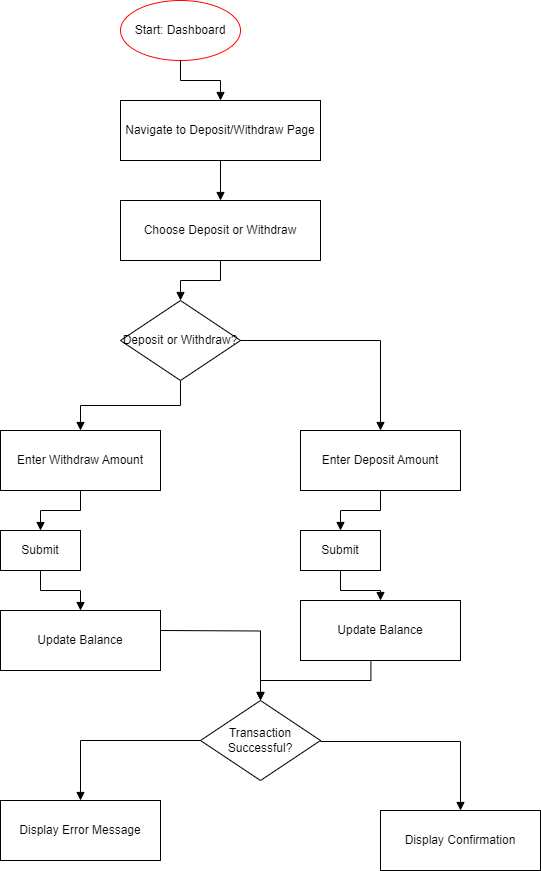
Above: Images/deposit-withdraw-userflow.drawio.png in trading-app-ca/part-a-docs (draw.io), before the change. Source tidied: cells renumbered, new cells last; positions are measured from the earlier drawing's top-left corner, leaving out a move shared by most shapes. The source it was exported from:
```xml
<mxGraphModel>
  <root>
    <mxCell id="0" />
    <mxCell id="1" parent="0" />
    <mxCell id="2" value="Start: Dashboard" style="ellipse;whiteSpace=wrap;html=1;strokeColor=#FF0000;fillColor=none;" parent="1" vertex="1">
      <mxGeometry x="120" width="120" height="60" as="geometry" />
    </mxCell>
    <mxCell id="3" value="Navigate to Deposit/Withdraw Page" style="rounded=0;whiteSpace=wrap;html=1;" parent="1" vertex="1">
      <mxGeometry x="120" y="100" width="200" height="60" as="geometry" />
    </mxCell>
    <mxCell id="4" style="edgeStyle=orthogonalEdgeStyle;rounded=0;jettySize=auto;html=1;endArrow=block;endFill=1;" parent="1" edge="1" source="2" target="3">
      <mxGeometry relative="1" as="geometry" />
    </mxCell>
    <mxCell id="5" value="Choose Deposit or Withdraw" style="rounded=0;whiteSpace=wrap;html=1;" parent="1" vertex="1">
      <mxGeometry x="120" y="200" width="200" height="60" as="geometry" />
    </mxCell>
    <mxCell id="6" style="edgeStyle=orthogonalEdgeStyle;rounded=0;jettySize=auto;html=1;endArrow=block;endFill=1;" parent="1" edge="1" source="3" target="5">
      <mxGeometry relative="1" as="geometry" />
    </mxCell>
    <mxCell id="7" value="Deposit or Withdraw?" style="rhombus;whiteSpace=wrap;html=1;" parent="1" vertex="1">
      <mxGeometry x="120" y="300" width="120" height="80" as="geometry" />
    </mxCell>
    <mxCell id="8" style="edgeStyle=orthogonalEdgeStyle;rounded=0;jettySize=auto;html=1;endArrow=block;endFill=1;" parent="1" edge="1" source="5" target="7">
      <mxGeometry relative="1" as="geometry" />
    </mxCell>
    <mxCell id="9" value="Enter Deposit Amount" style="rounded=0;whiteSpace=wrap;html=1;" parent="1" vertex="1">
      <mxGeometry x="300" y="430" width="160" height="60" as="geometry" />
    </mxCell>
    <mxCell id="10" style="edgeStyle=orthogonalEdgeStyle;rounded=0;jettySize=auto;html=1;endArrow=block;endFill=1;" parent="1" edge="1" source="7" target="9">
      <mxGeometry relative="1" as="geometry" />
    </mxCell>
    <mxCell id="11" value="Submit" style="rounded=0;whiteSpace=wrap;html=1;" parent="1" vertex="1">
      <mxGeometry x="300" y="530" width="80" height="40" as="geometry" />
    </mxCell>
    <mxCell id="12" style="edgeStyle=orthogonalEdgeStyle;rounded=0;jettySize=auto;html=1;endArrow=block;endFill=1;" parent="1" edge="1" source="9" target="11">
      <mxGeometry relative="1" as="geometry" />
    </mxCell>
    <mxCell id="13" value="Update Balance" style="rounded=0;whiteSpace=wrap;html=1;" parent="1" vertex="1">
      <mxGeometry x="300" y="600" width="160" height="60" as="geometry" />
    </mxCell>
    <mxCell id="14" style="edgeStyle=orthogonalEdgeStyle;rounded=0;jettySize=auto;html=1;endArrow=block;endFill=1;" parent="1" edge="1" source="11" target="13">
      <mxGeometry relative="1" as="geometry" />
    </mxCell>
    <mxCell id="15" value="Enter Withdraw Amount" style="rounded=0;whiteSpace=wrap;html=1;" parent="1" vertex="1">
      <mxGeometry y="430" width="160" height="60" as="geometry" />
    </mxCell>
    <mxCell id="16" style="edgeStyle=orthogonalEdgeStyle;rounded=0;jettySize=auto;html=1;endArrow=block;endFill=1;" parent="1" edge="1" source="7" target="15">
      <mxGeometry relative="1" as="geometry" />
    </mxCell>
    <mxCell id="17" value="Submit" style="rounded=0;whiteSpace=wrap;html=1;" parent="1" vertex="1">
      <mxGeometry y="530" width="80" height="40" as="geometry" />
    </mxCell>
    <mxCell id="18" style="edgeStyle=orthogonalEdgeStyle;rounded=0;jettySize=auto;html=1;endArrow=block;endFill=1;" parent="1" edge="1" source="15" target="17">
      <mxGeometry relative="1" as="geometry" />
    </mxCell>
    <mxCell id="19" value="Update Balance" style="rounded=0;whiteSpace=wrap;html=1;" parent="1" vertex="1">
      <mxGeometry y="610" width="160" height="60" as="geometry" />
    </mxCell>
    <mxCell id="20" style="edgeStyle=orthogonalEdgeStyle;rounded=0;jettySize=auto;html=1;endArrow=block;endFill=1;" parent="1" edge="1" source="17" target="19">
      <mxGeometry relative="1" as="geometry" />
    </mxCell>
    <mxCell id="21" value="Transaction Successful?" style="rhombus;whiteSpace=wrap;html=1;" parent="1" vertex="1">
      <mxGeometry x="200" y="700" width="120" height="80" as="geometry" />
    </mxCell>
    <mxCell id="22" style="edgeStyle=orthogonalEdgeStyle;rounded=0;jettySize=auto;html=1;endArrow=block;endFill=1;exitX=0.44;exitY=1.017;exitDx=0;exitDy=0;exitPerimeter=0;" parent="1" edge="1" source="13" target="21">
      <mxGeometry relative="1" as="geometry" />
    </mxCell>
    <mxCell id="23" style="edgeStyle=orthogonalEdgeStyle;rounded=0;jettySize=auto;html=1;endArrow=block;endFill=1;" parent="1" edge="1" target="21">
      <mxGeometry relative="1" as="geometry">
        <mxPoint x="160" y="630" as="sourcePoint" />
      </mxGeometry>
    </mxCell>
    <mxCell id="24" value="Display Confirmation" style="rounded=0;whiteSpace=wrap;html=1;" parent="1" vertex="1">
      <mxGeometry x="380" y="810" width="160" height="60" as="geometry" />
    </mxCell>
    <mxCell id="25" style="edgeStyle=orthogonalEdgeStyle;rounded=0;jettySize=auto;html=1;endArrow=block;endFill=1;entryX=0.5;entryY=0;entryDx=0;entryDy=0;" parent="1" edge="1" target="24">
      <mxGeometry relative="1" as="geometry">
        <mxPoint x="320" y="740" as="sourcePoint" />
        <Array as="points">
          <mxPoint x="320" y="741" />
          <mxPoint x="460" y="741" />
        </Array>
      </mxGeometry>
    </mxCell>
    <mxCell id="26" value="Display Error Message" style="rounded=0;whiteSpace=wrap;html=1;" parent="1" vertex="1">
      <mxGeometry y="800" width="160" height="60" as="geometry" />
    </mxCell>
    <mxCell id="27" style="edgeStyle=orthogonalEdgeStyle;rounded=0;jettySize=auto;html=1;endArrow=block;endFill=1;" parent="1" edge="1" source="21" target="26">
      <mxGeometry relative="1" as="geometry" />
    </mxCell>
  </root>
</mxGraphModel>
```
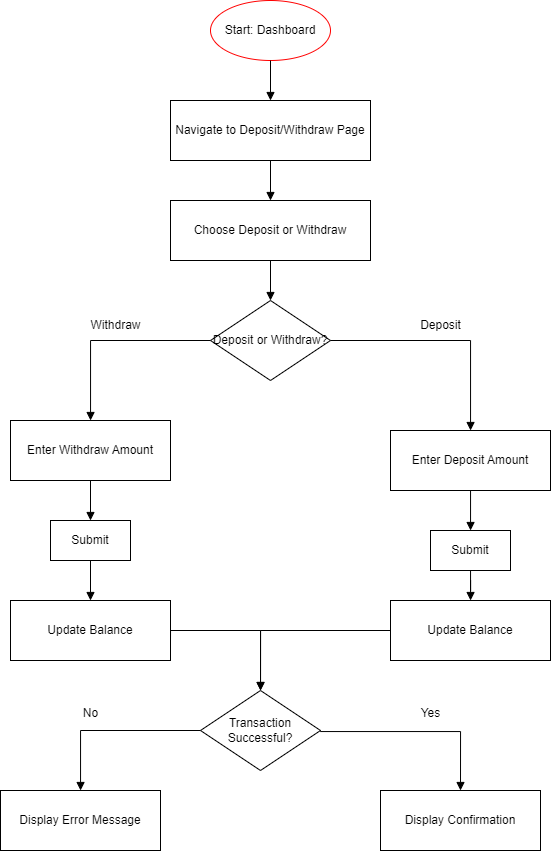
After the change.

Change to the diagram source:
```diff
@@ -3,90 +3,119 @@
     <mxCell id="0" />
     <mxCell id="1" parent="0" />
     <mxCell id="2" value="Start: Dashboard" style="ellipse;whiteSpace=wrap;html=1;strokeColor=#FF0000;fillColor=none;" parent="1" vertex="1">
-      <mxGeometry x="120" width="120" height="60" as="geometry" />
+      <mxGeometry x="260" y="10" width="120" height="60" as="geometry" />
     </mxCell>
     <mxCell id="3" value="Navigate to Deposit/Withdraw Page" style="rounded=0;whiteSpace=wrap;html=1;" parent="1" vertex="1">
-      <mxGeometry x="120" y="100" width="200" height="60" as="geometry" />
+      <mxGeometry x="220" y="110" width="200" height="60" as="geometry" />
     </mxCell>
     <mxCell id="4" style="edgeStyle=orthogonalEdgeStyle;rounded=0;jettySize=auto;html=1;endArrow=block;endFill=1;" parent="1" edge="1" source="2" target="3">
       <mxGeometry relative="1" as="geometry" />
     </mxCell>
     <mxCell id="5" value="Choose Deposit or Withdraw" style="rounded=0;whiteSpace=wrap;html=1;" parent="1" vertex="1">
-      <mxGeometry x="120" y="200" width="200" height="60" as="geometry" />
+      <mxGeometry x="220" y="210" width="200" height="60" as="geometry" />
     </mxCell>
     <mxCell id="6" style="edgeStyle=orthogonalEdgeStyle;rounded=0;jettySize=auto;html=1;endArrow=block;endFill=1;" parent="1" edge="1" source="3" target="5">
       <mxGeometry relative="1" as="geometry" />
     </mxCell>
     <mxCell id="7" value="Deposit or Withdraw?" style="rhombus;whiteSpace=wrap;html=1;" parent="1" vertex="1">
-      <mxGeometry x="120" y="300" width="120" height="80" as="geometry" />
+      <mxGeometry x="260" y="310" width="120" height="80" as="geometry" />
     </mxCell>
     <mxCell id="8" style="edgeStyle=orthogonalEdgeStyle;rounded=0;jettySize=auto;html=1;endArrow=block;endFill=1;" parent="1" edge="1" source="5" target="7">
       <mxGeometry relative="1" as="geometry" />
     </mxCell>
     <mxCell id="9" value="Enter Deposit Amount" style="rounded=0;whiteSpace=wrap;html=1;" parent="1" vertex="1">
-      <mxGeometry x="300" y="430" width="160" height="60" as="geometry" />
+      <mxGeometry x="440" y="440" width="160" height="60" as="geometry" />
     </mxCell>
     <mxCell id="10" style="edgeStyle=orthogonalEdgeStyle;rounded=0;jettySize=auto;html=1;endArrow=block;endFill=1;" parent="1" edge="1" source="7" target="9">
       <mxGeometry relative="1" as="geometry" />
     </mxCell>
     <mxCell id="11" value="Submit" style="rounded=0;whiteSpace=wrap;html=1;" parent="1" vertex="1">
-      <mxGeometry x="300" y="530" width="80" height="40" as="geometry" />
+      <mxGeometry x="480" y="540" width="80" height="40" as="geometry" />
     </mxCell>
-    <mxCell id="12" style="edgeStyle=orthogonalEdgeStyle;rounded=0;jettySize=auto;html=1;endArrow=block;endFill=1;" parent="1" edge="1" source="9" target="11">
-      <mxGeometry relative="1" as="geometry" />
+    <mxCell id="12" style="edgeStyle=orthogonalEdgeStyle;rounded=0;jettySize=auto;html=1;endArrow=block;endFill=1;exitX=0.75;exitY=1;exitDx=0;exitDy=0;" parent="1" edge="1" source="9" target="11">
+      <mxGeometry relative="1" as="geometry">
+        <Array as="points">
+          <mxPoint x="520" y="500" />
+        </Array>
+      </mxGeometry>
     </mxCell>
     <mxCell id="13" value="Update Balance" style="rounded=0;whiteSpace=wrap;html=1;" parent="1" vertex="1">
-      <mxGeometry x="300" y="600" width="160" height="60" as="geometry" />
+      <mxGeometry x="440" y="610" width="160" height="60" as="geometry" />
     </mxCell>
     <mxCell id="14" style="edgeStyle=orthogonalEdgeStyle;rounded=0;jettySize=auto;html=1;endArrow=block;endFill=1;" parent="1" edge="1" source="11" target="13">
       <mxGeometry relative="1" as="geometry" />
     </mxCell>
     <mxCell id="15" value="Enter Withdraw Amount" style="rounded=0;whiteSpace=wrap;html=1;" parent="1" vertex="1">
-      <mxGeometry y="430" width="160" height="60" as="geometry" />
+      <mxGeometry x="60" y="430" width="160" height="60" as="geometry" />
     </mxCell>
-    <mxCell id="16" style="edgeStyle=orthogonalEdgeStyle;rounded=0;jettySize=auto;html=1;endArrow=block;endFill=1;" parent="1" edge="1" source="7" target="15">
-      <mxGeometry relative="1" as="geometry" />
+    <mxCell id="16" style="edgeStyle=orthogonalEdgeStyle;rounded=0;jettySize=auto;html=1;endArrow=block;endFill=1;exitX=0;exitY=0.5;exitDx=0;exitDy=0;" parent="1" edge="1" source="7" target="15">
+      <mxGeometry relative="1" as="geometry">
+        <Array as="points">
+          <mxPoint x="140" y="350" />
+        </Array>
+      </mxGeometry>
     </mxCell>
     <mxCell id="17" value="Submit" style="rounded=0;whiteSpace=wrap;html=1;" parent="1" vertex="1">
-      <mxGeometry y="530" width="80" height="40" as="geometry" />
+      <mxGeometry x="100" y="530" width="80" height="40" as="geometry" />
     </mxCell>
     <mxCell id="18" style="edgeStyle=orthogonalEdgeStyle;rounded=0;jettySize=auto;html=1;endArrow=block;endFill=1;" parent="1" edge="1" source="15" target="17">
       <mxGeometry relative="1" as="geometry" />
     </mxCell>
     <mxCell id="19" value="Update Balance" style="rounded=0;whiteSpace=wrap;html=1;" parent="1" vertex="1">
-      <mxGeometry y="610" width="160" height="60" as="geometry" />
+      <mxGeometry x="60" y="610" width="160" height="60" as="geometry" />
     </mxCell>
     <mxCell id="20" style="edgeStyle=orthogonalEdgeStyle;rounded=0;jettySize=auto;html=1;endArrow=block;endFill=1;" parent="1" edge="1" source="17" target="19">
       <mxGeometry relative="1" as="geometry" />
     </mxCell>
     <mxCell id="21" value="Transaction Successful?" style="rhombus;whiteSpace=wrap;html=1;" parent="1" vertex="1">
-      <mxGeometry x="200" y="700" width="120" height="80" as="geometry" />
+      <mxGeometry x="250" y="700" width="120" height="80" as="geometry" />
     </mxCell>
-    <mxCell id="22" style="edgeStyle=orthogonalEdgeStyle;rounded=0;jettySize=auto;html=1;endArrow=block;endFill=1;exitX=0.44;exitY=1.017;exitDx=0;exitDy=0;exitPerimeter=0;" parent="1" edge="1" source="13" target="21">
-      <mxGeometry relative="1" as="geometry" />
+    <mxCell id="22" style="edgeStyle=orthogonalEdgeStyle;rounded=0;jettySize=auto;html=1;endArrow=block;endFill=1;exitX=0;exitY=0.5;exitDx=0;exitDy=0;" parent="1" edge="1" source="13" target="21">
+      <mxGeometry relative="1" as="geometry">
+        <Array as="points">
+          <mxPoint x="310" y="640" />
+        </Array>
+      </mxGeometry>
     </mxCell>
-    <mxCell id="23" style="edgeStyle=orthogonalEdgeStyle;rounded=0;jettySize=auto;html=1;endArrow=block;endFill=1;" parent="1" edge="1" target="21">
+    <mxCell id="23" style="edgeStyle=orthogonalEdgeStyle;rounded=0;orthogonalLoop=1;jettySize=auto;html=1;endArrow=block;endFill=1;exitX=1;exitY=0.5;exitDx=0;exitDy=0;" parent="1" edge="1">
       <mxGeometry relative="1" as="geometry">
-        <mxPoint x="160" y="630" as="sourcePoint" />
+        <mxPoint x="220" y="650" as="sourcePoint" />
+        <mxPoint x="310" y="700" as="targetPoint" />
+        <Array as="points">
+          <mxPoint x="220" y="640" />
+          <mxPoint x="310" y="640" />
+        </Array>
       </mxGeometry>
     </mxCell>
     <mxCell id="24" value="Display Confirmation" style="rounded=0;whiteSpace=wrap;html=1;" parent="1" vertex="1">
-      <mxGeometry x="380" y="810" width="160" height="60" as="geometry" />
+      <mxGeometry x="430" y="800" width="160" height="60" as="geometry" />
     </mxCell>
-    <mxCell id="25" style="edgeStyle=orthogonalEdgeStyle;rounded=0;jettySize=auto;html=1;endArrow=block;endFill=1;entryX=0.5;entryY=0;entryDx=0;entryDy=0;" parent="1" edge="1" target="24">
+    <mxCell id="25" style="edgeStyle=orthogonalEdgeStyle;rounded=0;orthogonalLoop=1;jettySize=auto;html=1;endArrow=block;endFill=1;" parent="1" edge="1">
       <mxGeometry relative="1" as="geometry">
-        <mxPoint x="320" y="740" as="sourcePoint" />
+        <mxPoint x="370" y="740" as="sourcePoint" />
+        <mxPoint x="510" y="800" as="targetPoint" />
         <Array as="points">
-          <mxPoint x="320" y="741" />
-          <mxPoint x="460" y="741" />
+          <mxPoint x="510" y="741" />
         </Array>
       </mxGeometry>
     </mxCell>
     <mxCell id="26" value="Display Error Message" style="rounded=0;whiteSpace=wrap;html=1;" parent="1" vertex="1">
-      <mxGeometry y="800" width="160" height="60" as="geometry" />
+      <mxGeometry x="50" y="800" width="160" height="60" as="geometry" />
     </mxCell>
     <mxCell id="27" style="edgeStyle=orthogonalEdgeStyle;rounded=0;jettySize=auto;html=1;endArrow=block;endFill=1;" parent="1" edge="1" source="21" target="26">
       <mxGeometry relative="1" as="geometry" />
     </mxCell>
+    <mxCell id="28" value="Deposit" style="text;html=1;align=center;verticalAlign=middle;strokeColor=none;fillColor=none;" parent="1" vertex="1">
+      <mxGeometry x="460" y="320" width="60" height="30" as="geometry" />
+    </mxCell>
+    <mxCell id="29" value="Withdraw" style="text;html=1;align=center;verticalAlign=middle;strokeColor=none;fillColor=none;" parent="1" vertex="1">
+      <mxGeometry x="130" y="320" width="70" height="30" as="geometry" />
+    </mxCell>
+    <mxCell id="30" value="No" style="text;html=1;align=center;verticalAlign=middle;strokeColor=none;fillColor=none;" parent="1" vertex="1">
+      <mxGeometry x="120" y="708" width="40" height="30" as="geometry" />
+    </mxCell>
+    <mxCell id="31" value="Yes" style="text;html=1;align=center;verticalAlign=middle;strokeColor=none;fillColor=none;" parent="1" vertex="1">
+      <mxGeometry x="460" y="708" width="40" height="30" as="geometry" />
+    </mxCell>
   </root>
 </mxGraphModel>
```
